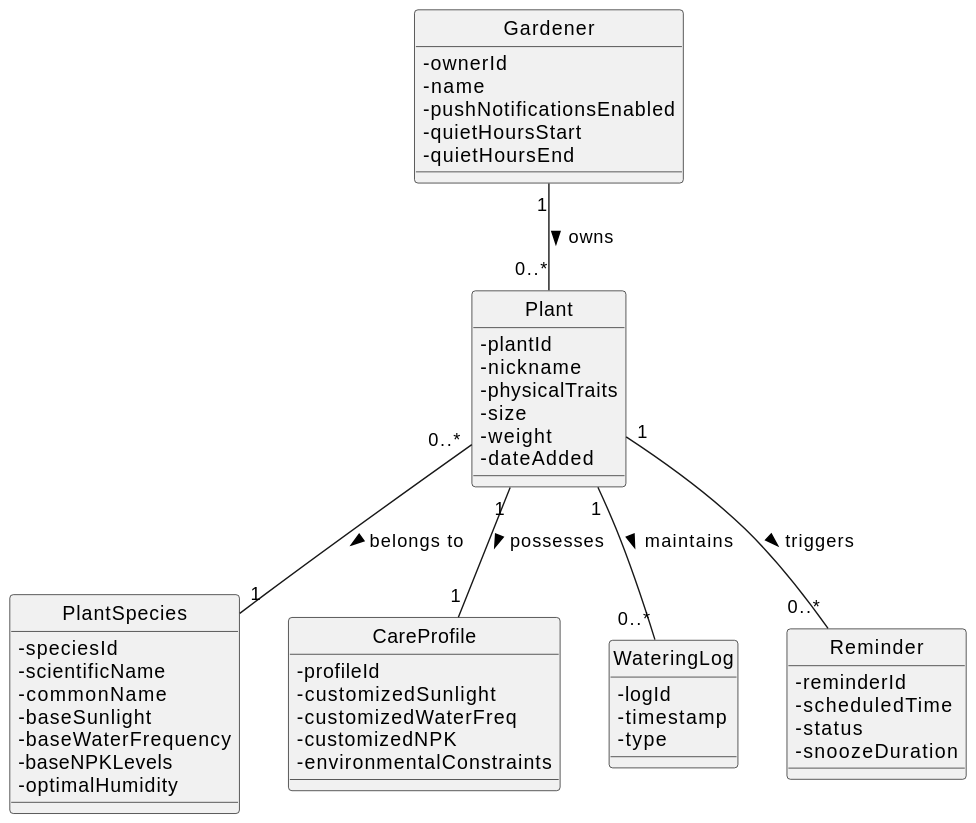
jakub-mata/uvod-do-soft-eng keeps this PlantUML diagram as docs/uml/class-diagram-uml.svg. Above is the earlier version. Its diagram source:
```plantuml
@startuml
hide circle
skinparam classAttributeIconSize 0

class Gardener {
  - ownerId
  - name
  - pushNotificationsEnabled
  - quietHoursStart
  - quietHoursEnd
}

class Plant {
  - plantId
  - nickname
  - physicalTraits
  - size
  - weight
  - dateAdded
}

class PlantSpecies {
  - speciesId
  - scientificName
  - commonName
  - baseSunlight
  - baseWaterFrequency
  - baseNPKLevels
  - optimalHumidity
}

class CareProfile {
  - profileId
  - customizedSunlight
  - customizedWaterFreq
  - customizedNPK
  - environmentalConstraints
}

class WateringLog {
  - logId
  - timestamp
  - type
}

class Reminder {
  - reminderId
  - scheduledTime
  - status
  - snoozeDuration
}

Gardener "1" -- "0..*" Plant : owns >
Plant "0..*" -- "1" PlantSpecies : belongs to >
Plant "1" -- "1" CareProfile : possesses >
Plant "1" -- "0..*" WateringLog : maintains >
Plant "1" -- "0..*" Reminder : triggers >
@enduml
```
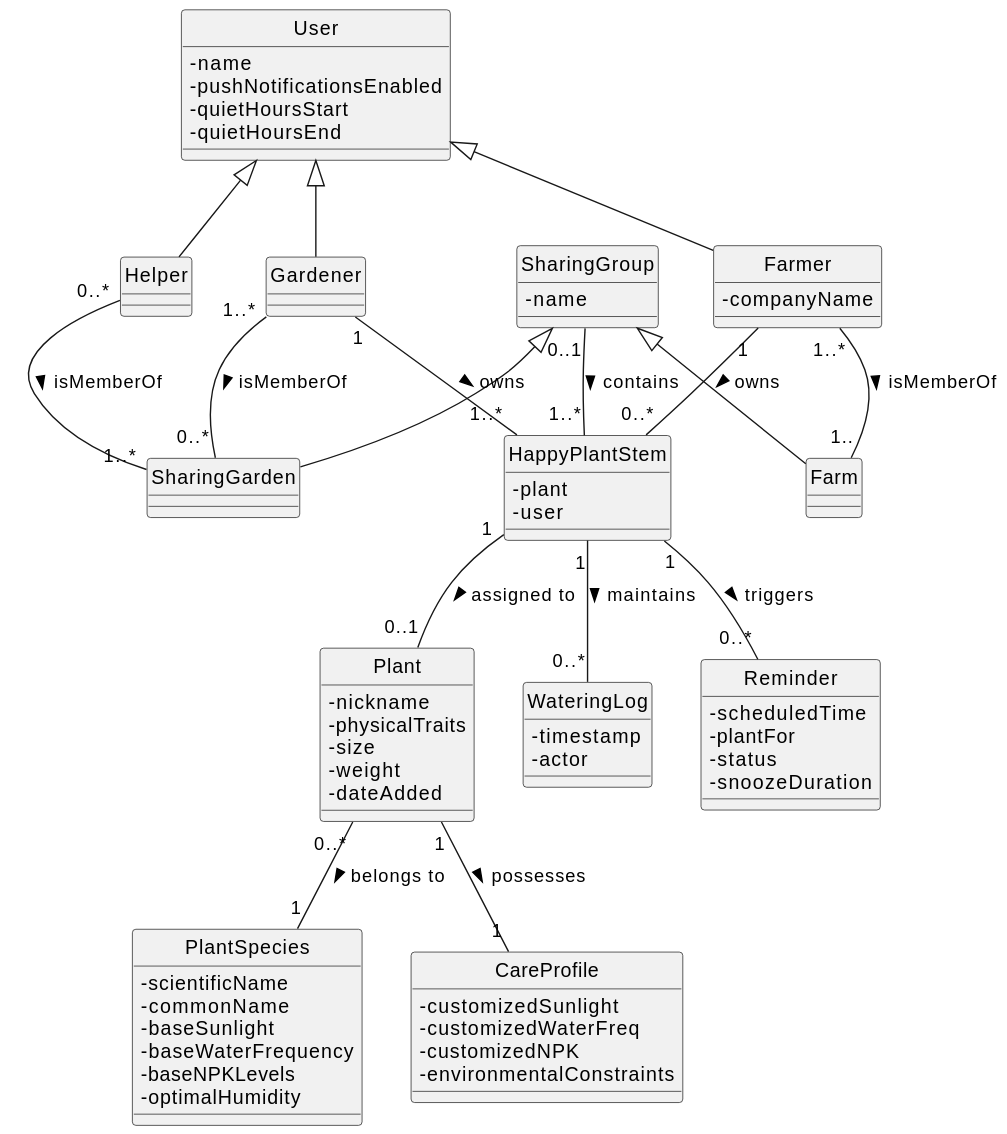
Above is the later version.

Commit message:
Update domain model svg

Change to the diagram source:
```diff
@@ -2,16 +2,35 @@
 hide circle
 skinparam classAttributeIconSize 0
 
-class Gardener {
-  - ownerId
+class User {
   - name
   - pushNotificationsEnabled
   - quietHoursStart
   - quietHoursEnd
 }
 
+class Gardener extends User { }
+
+class Helper extends User { }
+
+class Farmer extends User {
+  - companyName
+}
+
+class HappyPlantStem {
+  - plant
+  - user
+}
+
+class SharingGroup {
+  - name
+}
+
+class SharingGarden extends SharingGroup { }
+
+class Farm extends SharingGroup { }
+
 class Plant {
-  - plantId
   - nickname
   - physicalTraits
   - size
@@ -20,7 +39,6 @@
 }
 
 class PlantSpecies {
-  - speciesId
   - scientificName
   - commonName
   - baseSunlight
@@ -30,7 +48,6 @@
 }
 
 class CareProfile {
-  - profileId
   - customizedSunlight
   - customizedWaterFreq
   - customizedNPK
@@ -38,21 +55,28 @@
 }
 
 class WateringLog {
-  - logId
   - timestamp
-  - type
+  - actor
 }
 
 class Reminder {
-  - reminderId
   - scheduledTime
+  - plantFor
   - status
   - snoozeDuration
 }
 
-Gardener "1" -- "0..*" Plant : owns >
+Gardener "1" -- "1..*" HappyPlantStem : owns >
+Farmer "1" -- "0..*" HappyPlantStem : owns >
+
+Gardener "1..*" -- "0..*" SharingGarden : isMemberOf >
+Helper "0..*" -- "1..*" SharingGarden : isMemberOf >
+Farmer "1..*" -- "1.." Farm : isMemberOf >
+SharingGroup "0..1" -- "1..*" HappyPlantStem : contains >
+
+HappyPlantStem "1" -- "0..1" Plant : assigned to >
 Plant "0..*" -- "1" PlantSpecies : belongs to >
 Plant "1" -- "1" CareProfile : possesses >
-Plant "1" -- "0..*" WateringLog : maintains >
-Plant "1" -- "0..*" Reminder : triggers >
+HappyPlantStem "1" -- "0..*" WateringLog : maintains >
+HappyPlantStem "1" -- "0..*" Reminder : triggers >
 @enduml
```
